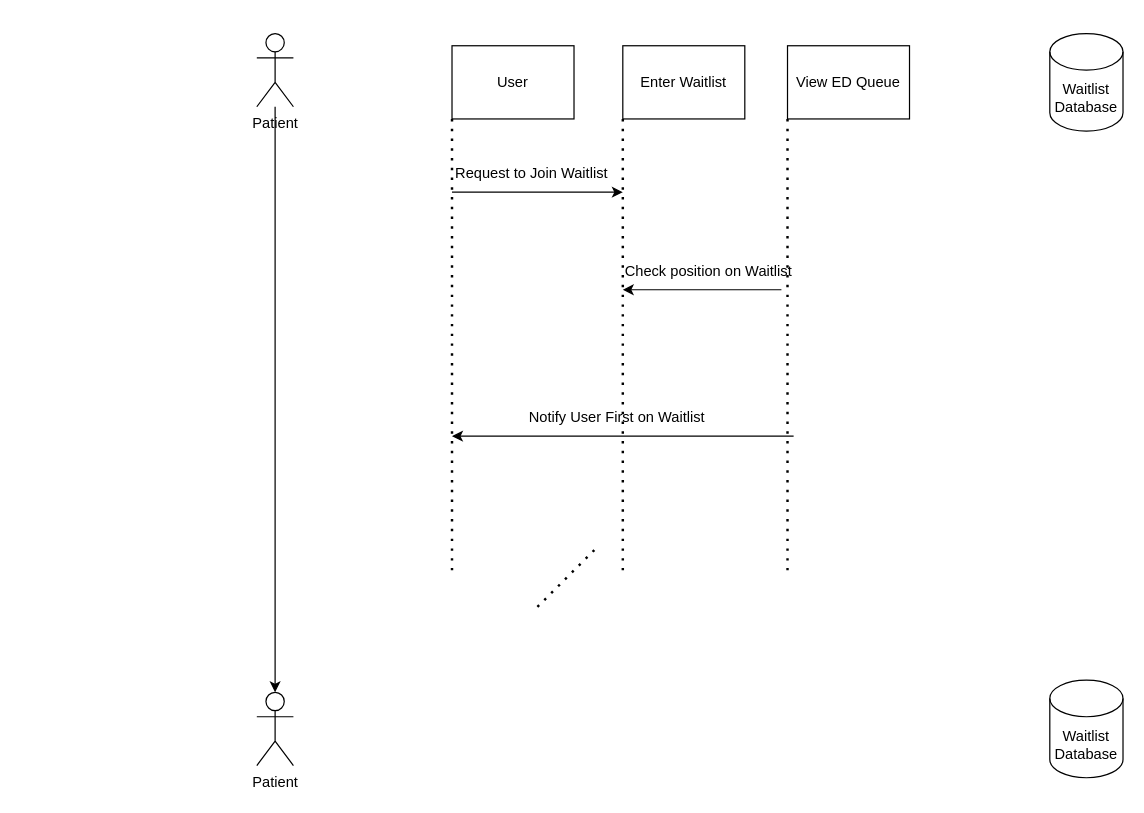
Earlier version of the draw.io diagram images/WaitlistSequenceDiagram.drawio (uvic-teach/project-m1-team1). Source tidied: cells renumbered, new cells numbered last; positions are measured from the earlier drawing's top-left corner, leaving out a move shared by most shapes. Both pictures are drawn from the tidied source at 122%, with x=0, y=0 at pixel (256, 33).
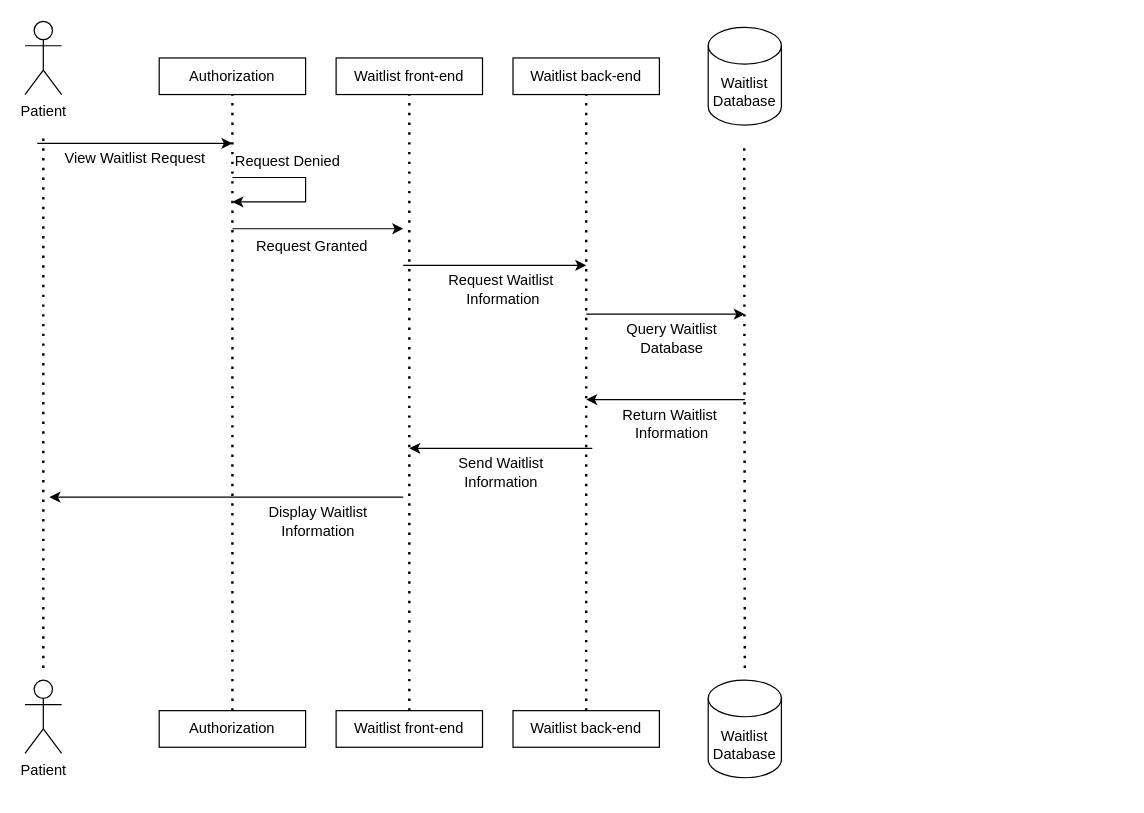
The same diagram, later.

Change to the diagram source:
```diff
@@
-    <mxCell id="2" value="User" style="rounded=0;whiteSpace=wrap;html=1;" parent="1" vertex="1">
-      <mxGeometry x="160" y="10" width="100" height="60" as="geometry" />
-    </mxCell>
-    <mxCell id="3" value="Enter Waitlist" style="rounded=0;whiteSpace=wrap;html=1;" parent="1" vertex="1">
-      <mxGeometry x="300" y="10" width="100" height="60" as="geometry" />
-    </mxCell>
-    <mxCell id="4" value="View ED Queue" style="rounded=0;whiteSpace=wrap;html=1;" parent="1" vertex="1">
-      <mxGeometry x="435" y="10" width="100" height="60" as="geometry" />
-    </mxCell>
-    <mxCell id="5" style="endArrow=none;dashed=1;html=1;dashPattern=1 3;strokeWidth=2;rounded=0;entryX=0;entryY=1;entryDx=0;entryDy=0;" parent="1" edge="1" target="2">
-      <mxGeometry relative="1" as="geometry">
-        <mxPoint x="160" y="440" as="sourcePoint" />
-      </mxGeometry>
-    </mxCell>
-    <mxCell id="6" style="endArrow=none;dashed=1;html=1;dashPattern=1 3;strokeWidth=2;rounded=0;entryX=0;entryY=1;entryDx=0;entryDy=0;" parent="1" edge="1">
-      <mxGeometry relative="1" as="geometry">
-        <mxPoint x="435" y="440" as="sourcePoint" />
-        <mxPoint x="435" y="70" as="targetPoint" />
-      </mxGeometry>
-    </mxCell>
-    <mxCell id="7" style="endArrow=none;dashed=1;html=1;dashPattern=1 3;strokeWidth=2;rounded=0;entryX=0;entryY=1;entryDx=0;entryDy=0;" parent="1" edge="1">
-      <mxGeometry relative="1" as="geometry">
-        <mxPoint x="300" y="440" as="sourcePoint" />
-        <mxPoint x="300" y="70" as="targetPoint" />
-      </mxGeometry>
-    </mxCell>
-    <mxCell id="8" style="endArrow=classic;html=1;rounded=0;" parent="1" edge="1">
-      <mxGeometry relative="1" as="geometry">
-        <mxPoint x="160" y="130" as="sourcePoint" />
-        <mxPoint x="300" y="130" as="targetPoint" />
-      </mxGeometry>
-    </mxCell>
-    <mxCell id="9" value="Request to Join Waitlist" style="text;html=1;align=center;verticalAlign=middle;strokeColor=none;fillColor=none;" parent="1" vertex="1">
-      <mxGeometry x="150" y="100" width="150" height="30" as="geometry" />
-    </mxCell>
-    <mxCell id="10" style="endArrow=classic;html=1;rounded=0;" parent="1" edge="1">
-      <mxGeometry relative="1" as="geometry">
-        <mxPoint x="430" y="210" as="sourcePoint" />
-        <mxPoint x="300" y="210" as="targetPoint" />
-      </mxGeometry>
-    </mxCell>
-    <mxCell id="11" value="Check position on Waitlist" style="text;html=1;align=center;verticalAlign=middle;strokeColor=none;fillColor=none;" parent="1" vertex="1">
-      <mxGeometry x="290" y="180" width="160" height="30" as="geometry" />
-    </mxCell>
-    <mxCell id="12" style="endArrow=classic;html=1;rounded=0;" parent="1" edge="1">
-      <mxGeometry relative="1" as="geometry">
-        <mxPoint x="440" y="330" as="sourcePoint" />
-        <mxPoint x="160" y="330" as="targetPoint" />
-      </mxGeometry>
-    </mxCell>
-    <mxCell id="13" value="Notify User First on Waitlist" style="text;html=1;align=center;verticalAlign=middle;strokeColor=none;fillColor=none;" parent="1" vertex="1">
-      <mxGeometry x="210" y="300" width="170" height="30" as="geometry" />
-    </mxCell>
-    <mxCell id="14" style="edgeStyle=orthogonalEdgeStyle;rounded=0;jettySize=auto;html=1;" parent="1" edge="1" source="15" target="16">
-      <mxGeometry relative="1" as="geometry" />
-    </mxCell>
     <mxCell id="15" value="Patient&lt;br&gt;" style="shape=umlActor;verticalLabelPosition=bottom;verticalAlign=top;html=1;outlineConnect=0;" parent="1" vertex="1">
-      <mxGeometry width="30" height="60" as="geometry" />
+      <mxGeometry x="-190" y="-10" width="30" height="60" as="geometry" />
     </mxCell>
     <mxCell id="16" value="Patient" style="shape=umlActor;verticalLabelPosition=bottom;verticalAlign=top;html=1;outlineConnect=0;" parent="1" vertex="1">
-      <mxGeometry y="540" width="30" height="60" as="geometry" />
+      <mxGeometry x="-190" y="530" width="30" height="60" as="geometry" />
     </mxCell>
     <mxCell id="17" value="Waitlist&lt;br&gt;Database" style="shape=cylinder3;whiteSpace=wrap;html=1;boundedLbl=1;backgroundOutline=1;size=15;" parent="1" vertex="1">
-      <mxGeometry x="650" width="60" height="80" as="geometry" />
+      <mxGeometry x="370" y="-5" width="60" height="80" as="geometry" />
     </mxCell>
     <mxCell id="18" value="Waitlist&lt;br&gt;Database" style="shape=cylinder3;whiteSpace=wrap;html=1;boundedLbl=1;backgroundOutline=1;size=15;" parent="1" vertex="1">
-      <mxGeometry x="650" y="530" width="60" height="80" as="geometry" />
+      <mxGeometry x="370" y="530" width="60" height="80" as="geometry" />
     </mxCell>
-    <mxCell id="19" style="endArrow=none;dashed=1;html=1;dashPattern=1 3;strokeWidth=2;rounded=0;" parent="1" edge="1">
-      <mxGeometry relative="1" as="geometry">
-        <mxPoint x="230" y="470" as="sourcePoint" />
-        <mxPoint x="280" y="420" as="targetPoint" />
-      </mxGeometry>
-    </mxCell>
+    <mxCell id="20" value="Authorization" style="rounded=0;whiteSpace=wrap;html=1;" parent="1" vertex="1">
+      <mxGeometry x="-80" y="20" width="120" height="30" as="geometry" />
+    </mxCell>
+    <mxCell id="21" style="endArrow=none;dashed=1;html=1;dashPattern=1 3;strokeWidth=2;rounded=0;" parent="1" edge="1">
+      <mxGeometry relative="1" as="geometry">
+        <mxPoint x="-175" y="520" as="sourcePoint" />
+        <mxPoint x="-175" y="80" as="targetPoint" />
+      </mxGeometry>
+    </mxCell>
+    <mxCell id="22" style="endArrow=none;dashed=1;html=1;dashPattern=1 3;strokeWidth=2;rounded=0;entryX=0.5;entryY=1;entryDx=0;entryDy=0;exitX=0.5;exitY=0;exitDx=0;exitDy=0;" parent="1" edge="1" source="46" target="25">
+      <mxGeometry relative="1" as="geometry" />
+    </mxCell>
+    <mxCell id="23" style="endArrow=none;dashed=1;html=1;dashPattern=1 3;strokeWidth=2;rounded=0;entryX=0.5;entryY=1;entryDx=0;entryDy=0;exitX=0.5;exitY=0;exitDx=0;exitDy=0;" parent="1" edge="1" source="45" target="26">
+      <mxGeometry relative="1" as="geometry" />
+    </mxCell>
+    <mxCell id="24" style="endArrow=none;dashed=1;html=1;dashPattern=1 3;strokeWidth=2;rounded=0;entryX=0.5;entryY=1;entryDx=0;entryDy=0;exitX=0.5;exitY=0;exitDx=0;exitDy=0;" parent="1" edge="1" source="44" target="20">
+      <mxGeometry relative="1" as="geometry" />
+    </mxCell>
+    <mxCell id="25" value="Waitlist back-end" style="rounded=0;whiteSpace=wrap;html=1;" parent="1" vertex="1">
+      <mxGeometry x="210" y="20" width="120" height="30" as="geometry" />
+    </mxCell>
+    <mxCell id="26" value="Waitlist front-end" style="rounded=0;whiteSpace=wrap;html=1;" parent="1" vertex="1">
+      <mxGeometry x="65" y="20" width="120" height="30" as="geometry" />
+    </mxCell>
+    <mxCell id="27" style="endArrow=none;dashed=1;html=1;dashPattern=1 3;strokeWidth=2;rounded=0;" parent="1" edge="1">
+      <mxGeometry relative="1" as="geometry">
+        <mxPoint x="400" y="520" as="sourcePoint" />
+        <mxPoint x="399.5" y="90" as="targetPoint" />
+      </mxGeometry>
+    </mxCell>
+    <mxCell id="28" style="endArrow=classic;html=1;rounded=0;" parent="1" edge="1">
+      <mxGeometry relative="1" as="geometry">
+        <mxPoint x="-180" y="90" as="sourcePoint" />
+        <mxPoint x="-20" y="90" as="targetPoint" />
+      </mxGeometry>
+    </mxCell>
+    <mxCell id="29" value="View Waitlist Request" style="text;html=1;align=center;verticalAlign=middle;strokeColor=none;fillColor=none;" parent="1" vertex="1">
+      <mxGeometry x="-170" y="88" width="140" height="30" as="geometry" />
+    </mxCell>
+    <mxCell id="30" style="endArrow=classic;html=1;rounded=0;" parent="1" edge="1">
+      <mxGeometry relative="1" as="geometry">
+        <mxPoint x="-20" y="118" as="sourcePoint" />
+        <mxPoint x="-20" y="138" as="targetPoint" />
+        <Array as="points">
+          <mxPoint x="40" y="118" />
+          <mxPoint x="40" y="138" />
+          <mxPoint x="10" y="138" />
+        </Array>
+      </mxGeometry>
+    </mxCell>
+    <mxCell id="31" value="Request Denied" style="text;html=1;align=center;verticalAlign=middle;strokeColor=none;fillColor=none;" parent="1" vertex="1">
+      <mxGeometry x="-30" y="90" width="110" height="30" as="geometry" />
+    </mxCell>
+    <mxCell id="32" style="endArrow=classic;html=1;rounded=0;" parent="1" edge="1">
+      <mxGeometry relative="1" as="geometry">
+        <mxPoint x="-20" y="160" as="sourcePoint" />
+        <mxPoint x="120" y="160" as="targetPoint" />
+      </mxGeometry>
+    </mxCell>
+    <mxCell id="33" value="Request Granted" style="text;html=1;align=center;verticalAlign=middle;strokeColor=none;fillColor=none;" parent="1" vertex="1">
+      <mxGeometry x="-10" y="160" width="110" height="30" as="geometry" />
+    </mxCell>
+    <mxCell id="34" style="endArrow=classic;html=1;rounded=0;" parent="1" edge="1">
+      <mxGeometry relative="1" as="geometry">
+        <mxPoint x="120" y="190" as="sourcePoint" />
+        <mxPoint x="270" y="190" as="targetPoint" />
+      </mxGeometry>
+    </mxCell>
+    <mxCell id="35" value="Request Waitlist&lt;br&gt;&amp;nbsp;Information" style="text;html=1;align=center;verticalAlign=middle;strokeColor=none;fillColor=none;" parent="1" vertex="1">
+      <mxGeometry x="145" y="190" width="110" height="40" as="geometry" />
+    </mxCell>
+    <mxCell id="36" style="endArrow=classic;html=1;rounded=0;" parent="1" edge="1">
+      <mxGeometry relative="1" as="geometry">
+        <mxPoint x="270" y="230" as="sourcePoint" />
+        <mxPoint x="400" y="230" as="targetPoint" />
+      </mxGeometry>
+    </mxCell>
+    <mxCell id="37" value="Query Waitlist&lt;br&gt;Database" style="text;html=1;align=center;verticalAlign=middle;strokeColor=none;fillColor=none;" parent="1" vertex="1">
+      <mxGeometry x="290" y="230" width="100" height="40" as="geometry" />
+    </mxCell>
+    <mxCell id="38" style="endArrow=classic;html=1;rounded=0;" parent="1" edge="1">
+      <mxGeometry relative="1" as="geometry">
+        <mxPoint x="400" y="300" as="sourcePoint" />
+        <mxPoint x="270" y="300" as="targetPoint" />
+      </mxGeometry>
+    </mxCell>
+    <mxCell id="39" value="Return Waitlist&amp;nbsp;&lt;br&gt;Information" style="text;html=1;align=center;verticalAlign=middle;strokeColor=none;fillColor=none;" parent="1" vertex="1">
+      <mxGeometry x="290" y="300" width="100" height="40" as="geometry" />
+    </mxCell>
+    <mxCell id="40" style="endArrow=classic;html=1;rounded=0;" parent="1" edge="1">
+      <mxGeometry relative="1" as="geometry">
+        <mxPoint x="275" y="340" as="sourcePoint" />
+        <mxPoint x="125" y="340" as="targetPoint" />
+      </mxGeometry>
+    </mxCell>
+    <mxCell id="41" value="Send Waitlist&lt;br&gt;Information" style="text;html=1;align=center;verticalAlign=middle;strokeColor=none;fillColor=none;" parent="1" vertex="1">
+      <mxGeometry x="155" y="340" width="90" height="40" as="geometry" />
+    </mxCell>
+    <mxCell id="42" style="endArrow=classic;html=1;rounded=0;" parent="1" edge="1">
+      <mxGeometry relative="1" as="geometry">
+        <mxPoint x="120" y="380" as="sourcePoint" />
+        <mxPoint x="-170" y="380" as="targetPoint" />
+      </mxGeometry>
+    </mxCell>
+    <mxCell id="43" value="Display Waitlist&lt;br&gt;Information" style="text;html=1;align=center;verticalAlign=middle;strokeColor=none;fillColor=none;" parent="1" vertex="1">
+      <mxGeometry y="380" width="100" height="40" as="geometry" />
+    </mxCell>
+    <mxCell id="44" value="Authorization" style="rounded=0;whiteSpace=wrap;html=1;" parent="1" vertex="1">
+      <mxGeometry x="-80" y="555" width="120" height="30" as="geometry" />
+    </mxCell>
+    <mxCell id="45" value="Waitlist front-end" style="rounded=0;whiteSpace=wrap;html=1;" parent="1" vertex="1">
+      <mxGeometry x="65" y="555" width="120" height="30" as="geometry" />
+    </mxCell>
+    <mxCell id="46" value="Waitlist back-end" style="rounded=0;whiteSpace=wrap;html=1;" parent="1" vertex="1">
+      <mxGeometry x="210" y="555" width="120" height="30" as="geometry" />
+    </mxCell>
```
